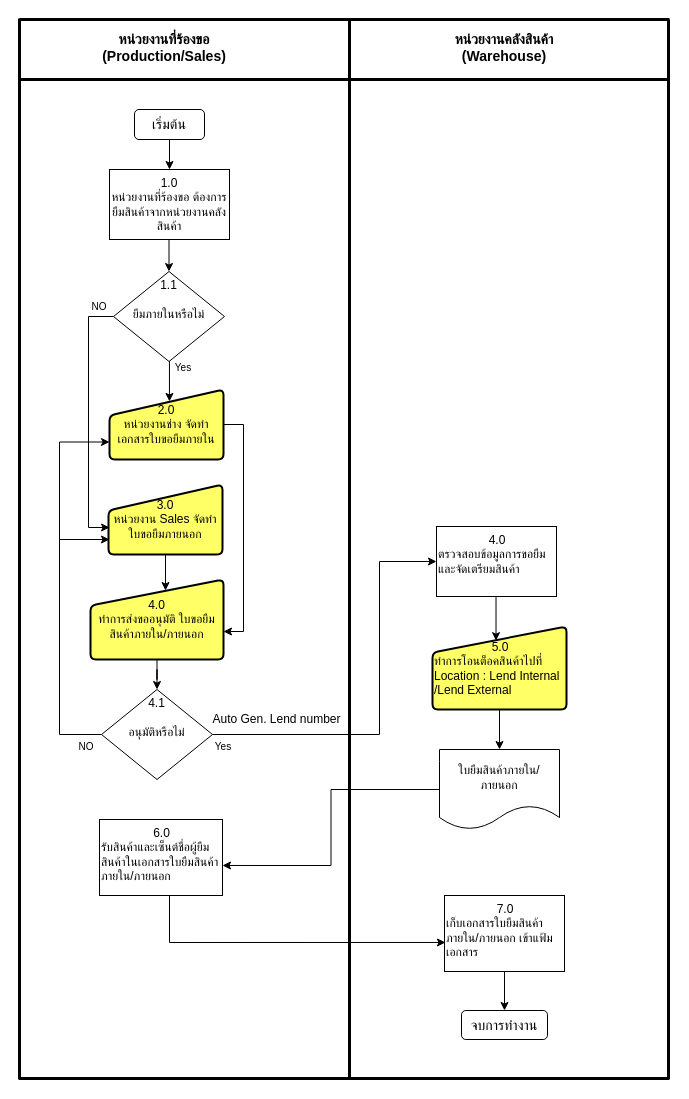
Above: page "Return from Lend Internal&External" (8 of 8) of Untitled Diagram.drawio in Rattapornp94/hello-wold (draw.io), before the change. Source tidied: cells renumbered, new cells numbered last; positions are measured from the earlier drawing's top-left corner, leaving out a move shared by most shapes. Both pictures are drawn from the tidied source at 100%, with x=0, y=0 at pixel (19, 18).
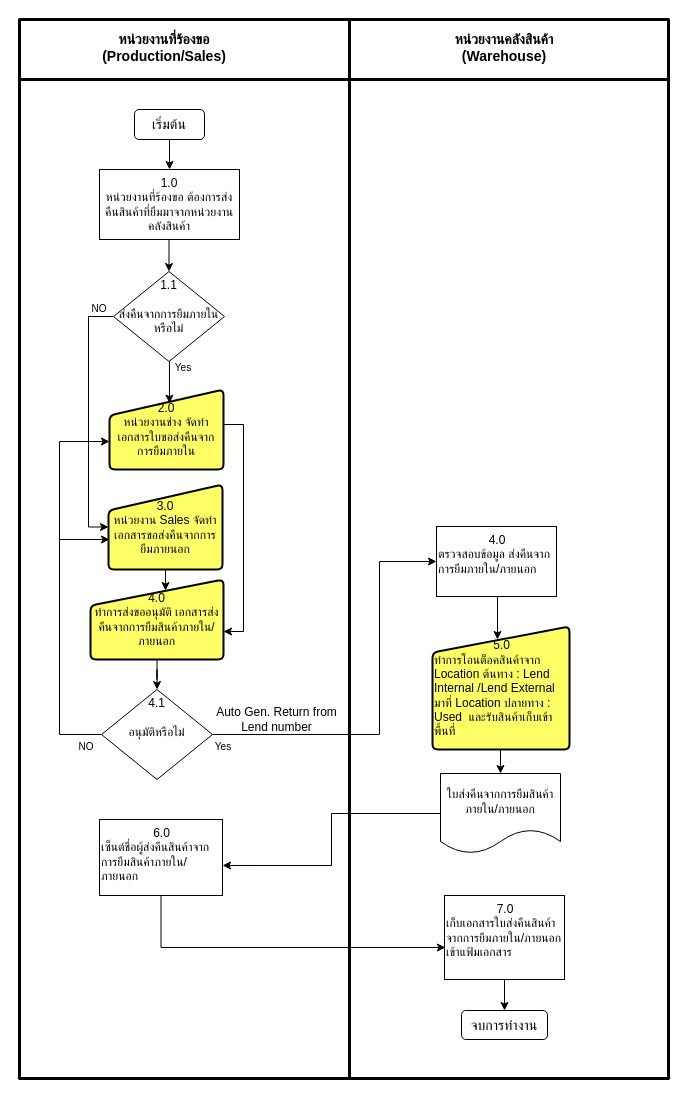
Above is the later version.

The change refers to these unchanged cells:
```xml
<mxCell id="39" value="4.1&lt;br&gt;&lt;br&gt;อนุมัติหรือไม่" style="rhombus;whiteSpace=wrap;html=1;fontSize=12;align=center;verticalAlign=top;" parent="1" vertex="1">
  <mxGeometry x="82" y="671" width="111" height="90" as="geometry" />
</mxCell>
```

Change to the diagram source:
```diff
@@
     <mxCell id="11" style="edgeStyle=orthogonalEdgeStyle;rounded=0;jettySize=auto;html=1;entryX=0.5;entryY=0;entryDx=0;entryDy=0;fontSize=10;" parent="1" edge="1" source="12" target="16">
-      <mxGeometry relative="1" as="geometry" />
+      <mxGeometry relative="1" as="geometry">
+        <Array as="points">
+          <mxPoint x="481" y="721" />
+          <mxPoint x="481" y="721" />
+        </Array>
+      </mxGeometry>
     </mxCell>
-    <mxCell id="12" value="&lt;div style=&quot;text-align: center&quot;&gt;&lt;span&gt;5.0&lt;/span&gt;&lt;/div&gt;ทำการโอนต็อคสินค้าไปที่ Location : Lend Internal /Lend External" style="html=1;strokeWidth=2;shape=manualInput;whiteSpace=wrap;rounded=1;size=26;arcSize=11;fontSize=12;align=left;verticalAlign=middle;fillColor=#FFFF66;" parent="1" vertex="1">
-      <mxGeometry x="413" y="608" width="134" height="83" as="geometry" />
+    <mxCell id="12" value="&lt;div style=&quot;text-align: center&quot;&gt;&lt;span&gt;5.0&lt;/span&gt;&lt;/div&gt;ทำการโอนต็อคสินค้าจาก Location ต้นทาง : Lend Internal /Lend External&lt;br&gt;มาที่ Location ปลายทาง : Used&amp;nbsp; และรับสินค้าเก็บเข้าพื้นที่" style="html=1;strokeWidth=2;shape=manualInput;whiteSpace=wrap;rounded=1;size=26;arcSize=11;fontSize=12;align=left;verticalAlign=middle;fillColor=#FFFF66;" parent="1" vertex="1">
+      <mxGeometry x="413" y="608" width="137" height="123" as="geometry" />
     </mxCell>
@@
-    <mxCell id="16" value="ใบยืมสินค้าภายใน/ภายนอก" style="shape=document;whiteSpace=wrap;html=1;boundedLbl=1;fontSize=12;" parent="1" vertex="1">
-      <mxGeometry x="420" y="731" width="120" height="80" as="geometry" />
+    <mxCell id="16" value="ใบส่งคืนจากการยืมสินค้าภายใน/ภายนอก" style="shape=document;whiteSpace=wrap;html=1;boundedLbl=1;fontSize=12;" parent="1" vertex="1">
+      <mxGeometry x="421" y="755" width="120" height="80" as="geometry" />
     </mxCell>
-    <mxCell id="17" style="edgeStyle=orthogonalEdgeStyle;rounded=0;jettySize=auto;html=1;fontSize=12;entryX=0.474;entryY=0.171;entryDx=0;entryDy=0;entryPerimeter=0;" parent="1" edge="1" source="18" target="12">
+    <mxCell id="17" style="edgeStyle=orthogonalEdgeStyle;rounded=0;jettySize=auto;html=1;fontSize=12;" parent="1" edge="1" source="18">
       <mxGeometry relative="1" as="geometry">
+        <mxPoint x="478" y="621" as="targetPoint" />
         <Array as="points">
           <mxPoint x="477" y="578" />
           <mxPoint x="477" y="578" />
         </Array>
       </mxGeometry>
     </mxCell>
-    <mxCell id="18" value="&lt;div style=&quot;text-align: center&quot;&gt;&lt;span&gt;4.0&lt;/span&gt;&lt;/div&gt;&lt;font style=&quot;font-size: 12px&quot;&gt;ตรวจสอบข้อมูลการขอยืม และจัดเตรียมสินค้า&lt;/font&gt;" style="rounded=0;whiteSpace=wrap;html=1;fontSize=12;verticalAlign=top;align=left;" parent="1" vertex="1">
+    <mxCell id="18" value="&lt;div style=&quot;text-align: center&quot;&gt;&lt;span&gt;4.0&lt;/span&gt;&lt;/div&gt;&lt;font style=&quot;font-size: 12px&quot;&gt;ตรวจสอบข้อมูล ส่งคืนจากการยืมภายใน/ภายนอก&lt;/font&gt;" style="rounded=0;whiteSpace=wrap;html=1;fontSize=12;verticalAlign=top;align=left;" parent="1" vertex="1">
       <mxGeometry x="417" y="508" width="120" height="70" as="geometry" />
     </mxCell>
@@
-    <mxCell id="20" value="&lt;div style=&quot;text-align: center&quot;&gt;&lt;span&gt;7.0&lt;/span&gt;&lt;/div&gt;เก็บเอกสารใบยืมสินค้าภายใน/ภายนอก เข้าแฟ้มเอกสาร" style="rounded=0;whiteSpace=wrap;html=1;fontSize=12;align=left;verticalAlign=top;" parent="1" vertex="1">
-      <mxGeometry x="425" y="877" width="120" height="76" as="geometry" />
+    <mxCell id="20" value="&lt;div style=&quot;text-align: center&quot;&gt;&lt;span&gt;7.0&lt;/span&gt;&lt;/div&gt;เก็บเอกสารใบส่งคืนสินค้าจากการยืมภายใน/ภายนอก เข้าแฟ้มเอกสาร" style="rounded=0;whiteSpace=wrap;html=1;fontSize=12;align=left;verticalAlign=top;" parent="1" vertex="1">
+      <mxGeometry x="425" y="877" width="120" height="84" as="geometry" />
     </mxCell>
@@
-    <mxCell id="22" value="2.0&lt;br&gt;หน่วยงานช่าง จัดทำเอกสารใบขอยืมภายใน" style="html=1;strokeWidth=2;shape=manualInput;whiteSpace=wrap;rounded=1;size=26;arcSize=11;fontSize=12;align=center;verticalAlign=middle;fillColor=#FFFF66;" parent="1" vertex="1">
-      <mxGeometry x="90" y="371" width="114" height="70" as="geometry" />
+    <mxCell id="22" value="2.0&lt;br&gt;หน่วยงานช่าง จัดทำเอกสารใบขอส่งคืนจากการยืมภายใน" style="html=1;strokeWidth=2;shape=manualInput;whiteSpace=wrap;rounded=1;size=26;arcSize=11;fontSize=12;align=center;verticalAlign=middle;fillColor=#FFFF66;" parent="1" vertex="1">
+      <mxGeometry x="90" y="371" width="114" height="80" as="geometry" />
     </mxCell>
@@
-    <mxCell id="24" value="3.0&lt;br&gt;หน่วยงาน Sales จัดทำใบขอยืมภายนอก" style="html=1;strokeWidth=2;shape=manualInput;whiteSpace=wrap;rounded=1;size=26;arcSize=11;fontSize=12;align=center;verticalAlign=middle;fillColor=#FFFF66;" parent="1" vertex="1">
-      <mxGeometry x="89" y="466" width="114" height="70" as="geometry" />
+    <mxCell id="24" value="3.0&lt;br&gt;หน่วยงาน Sales จัดทำเอกสารขอส่งคืนจากการยืมภายนอก" style="html=1;strokeWidth=2;shape=manualInput;whiteSpace=wrap;rounded=1;size=26;arcSize=11;fontSize=12;align=center;verticalAlign=middle;fillColor=#FFFF66;" parent="1" vertex="1">
+      <mxGeometry x="89" y="466" width="114" height="85" as="geometry" />
     </mxCell>
-    <mxCell id="25" value="Auto Gen. Lend number" style="text;html=1;strokeColor=none;fillColor=none;align=center;verticalAlign=middle;whiteSpace=wrap;rounded=0;fontSize=12;" parent="1" vertex="1">
+    <mxCell id="25" value="Auto Gen. Return from Lend number" style="text;html=1;strokeColor=none;fillColor=none;align=center;verticalAlign=middle;whiteSpace=wrap;rounded=0;fontSize=12;" parent="1" vertex="1">
       <mxGeometry x="185" y="691" width="145" height="20" as="geometry" />
     </mxCell>
     <mxCell id="26" value="NO" style="text;html=1;strokeColor=none;fillColor=none;align=center;verticalAlign=middle;whiteSpace=wrap;rounded=0;fontSize=10;" parent="1" vertex="1">
-      <mxGeometry x="60" y="278" width="40" height="20" as="geometry" />
+      <mxGeometry x="60" y="280" width="40" height="20" as="geometry" />
     </mxCell>
@@
-    <mxCell id="29" style="edgeStyle=orthogonalEdgeStyle;rounded=0;jettySize=auto;html=1;entryX=0.008;entryY=0.618;entryDx=0;entryDy=0;entryPerimeter=0;fontSize=10;" parent="1" edge="1" source="30" target="20">
+    <mxCell id="29" style="edgeStyle=orthogonalEdgeStyle;rounded=0;jettySize=auto;html=1;entryX=0.008;entryY=0.619;entryDx=0;entryDy=0;entryPerimeter=0;" parent="1" edge="1" source="30" target="20">
       <mxGeometry relative="1" as="geometry">
         <Array as="points">
-          <mxPoint x="150" y="924" />
+          <mxPoint x="142" y="929" />
         </Array>
       </mxGeometry>
     </mxCell>
-    <mxCell id="30" value="&lt;div style=&quot;text-align: center&quot;&gt;&lt;span&gt;6.0&lt;/span&gt;&lt;/div&gt;รับสินค้าและเซ็นต์ชื่อผู้ยืมสินค้าในเอกสารใบยืมสินค้าภายใน/ภายนอก" style="rounded=0;whiteSpace=wrap;html=1;fontSize=12;align=left;verticalAlign=top;" parent="1" vertex="1">
+    <mxCell id="30" value="&lt;div style=&quot;text-align: center&quot;&gt;&lt;span&gt;6.0&lt;/span&gt;&lt;/div&gt;เซ็นต์ชื่อผู้ส่งคืนสินค้าจากการยืมสินค้าภายใน/ภายนอก" style="rounded=0;whiteSpace=wrap;html=1;fontSize=12;align=left;verticalAlign=top;" parent="1" vertex="1">
       <mxGeometry x="80" y="801" width="123" height="76" as="geometry" />
     </mxCell>
@@
-    <mxCell id="32" style="edgeStyle=orthogonalEdgeStyle;rounded=0;jettySize=auto;html=1;entryX=0.009;entryY=0.614;entryDx=0;entryDy=0;entryPerimeter=0;fontSize=10;" parent="1" edge="1" source="33" target="24">
+    <mxCell id="32" style="edgeStyle=orthogonalEdgeStyle;rounded=0;jettySize=auto;html=1;entryX=0;entryY=0.5;entryDx=0;entryDy=0;" parent="1" edge="1" source="33" target="24">
       <mxGeometry relative="1" as="geometry">
         <Array as="points">
           <mxPoint x="69" y="298" />
           <mxPoint x="69" y="509" />
         </Array>
       </mxGeometry>
     </mxCell>
-    <mxCell id="33" value="1.1&lt;br&gt;&lt;br&gt;ยืมภายในหรือไม่" style="rhombus;whiteSpace=wrap;html=1;fontSize=12;align=center;verticalAlign=top;" parent="1" vertex="1">
+    <mxCell id="33" value="1.1&lt;br&gt;&lt;br&gt;ส่งคืนจากการยืมภายในหรือไม่" style="rhombus;whiteSpace=wrap;html=1;fontSize=12;align=center;verticalAlign=top;" parent="1" vertex="1">
       <mxGeometry x="94" y="253" width="111" height="90" as="geometry" />
     </mxCell>
@@
-    <mxCell id="35" value="&lt;div&gt;&lt;span&gt;1.0&lt;/span&gt;&lt;/div&gt;หน่วยงานที่ร้องขอ ต้องการยืมสินค้าจากหน่วยงานคลังสินค้า" style="rounded=0;whiteSpace=wrap;html=1;fontSize=12;verticalAlign=top;align=center;" parent="1" vertex="1">
-      <mxGeometry x="90" y="151" width="120" height="70" as="geometry" />
+    <mxCell id="35" value="&lt;div&gt;&lt;span&gt;1.0&lt;/span&gt;&lt;/div&gt;หน่วยงานที่ร้องขอ ต้องการส่งคืนสินค้าที่ยืมมาจากหน่วยงานคลังสินค้า" style="rounded=0;whiteSpace=wrap;html=1;fontSize=12;verticalAlign=top;align=center;" parent="1" vertex="1">
+      <mxGeometry x="80" y="151" width="140" height="70" as="geometry" />
     </mxCell>
@@
-    <mxCell id="38" style="edgeStyle=orthogonalEdgeStyle;rounded=0;jettySize=auto;html=1;entryX=0;entryY=0.75;entryDx=0;entryDy=0;fontSize=10;" parent="1" edge="1" source="39" target="22">
+    <mxCell id="38" style="edgeStyle=orthogonalEdgeStyle;rounded=0;jettySize=auto;html=1;entryX=0;entryY=0.65;entryDx=0;entryDy=0;entryPerimeter=0;" parent="1" edge="1" source="39" target="22">
       <mxGeometry relative="1" as="geometry">
         <Array as="points">
           <mxPoint x="40" y="716" />
-          <mxPoint x="40" y="424" />
+          <mxPoint x="40" y="423" />
         </Array>
       </mxGeometry>
     </mxCell>
@@
-    <mxCell id="41" value="4.0&lt;br&gt;ทำการส่งขออนุมัติ ใบขอยืมสินค้าภายใน/ภายนอก" style="html=1;strokeWidth=2;shape=manualInput;whiteSpace=wrap;rounded=1;size=26;arcSize=11;fontSize=12;align=center;verticalAlign=middle;fillColor=#FFFF66;" parent="1" vertex="1">
+    <mxCell id="41" value="4.0&lt;br&gt;ทำการส่งขออนุมัติ เอกสารส่งคืนจากการยืมสินค้าภายใน/ภายนอก" style="html=1;strokeWidth=2;shape=manualInput;whiteSpace=wrap;rounded=1;size=26;arcSize=11;fontSize=12;align=center;verticalAlign=middle;fillColor=#FFFF66;" parent="1" vertex="1">
       <mxGeometry x="71" y="561" width="133" height="80" as="geometry" />
     </mxCell>
```
